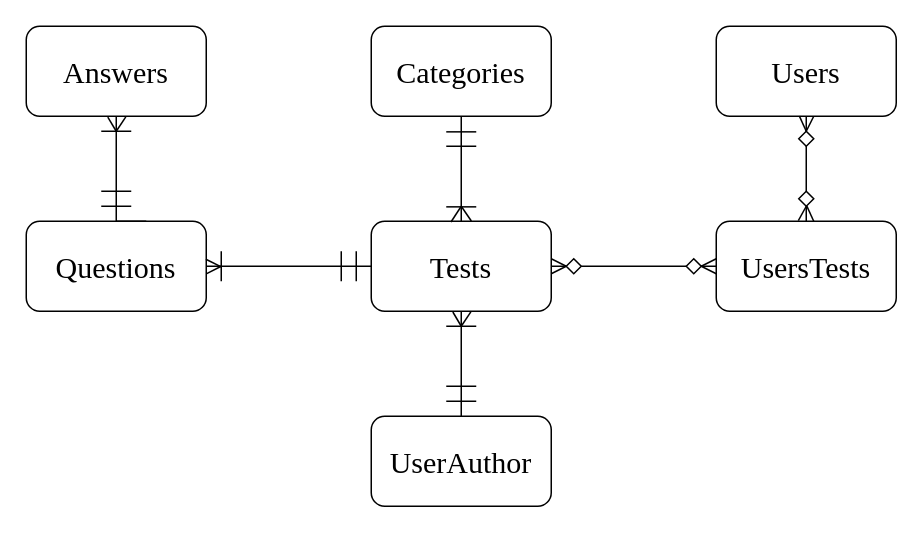
This is Untitled Diagram.drawio from Bykanir/ruby_on_rails, a draw.io file, before an edit. Source tidied: cells renumbered, new cells numbered last; positions are measured from the earlier drawing's top-left corner, leaving out a move shared by most shapes. Both pictures are drawn from the tidied source at 150%, with x=0, y=0 at pixel (26, 26).
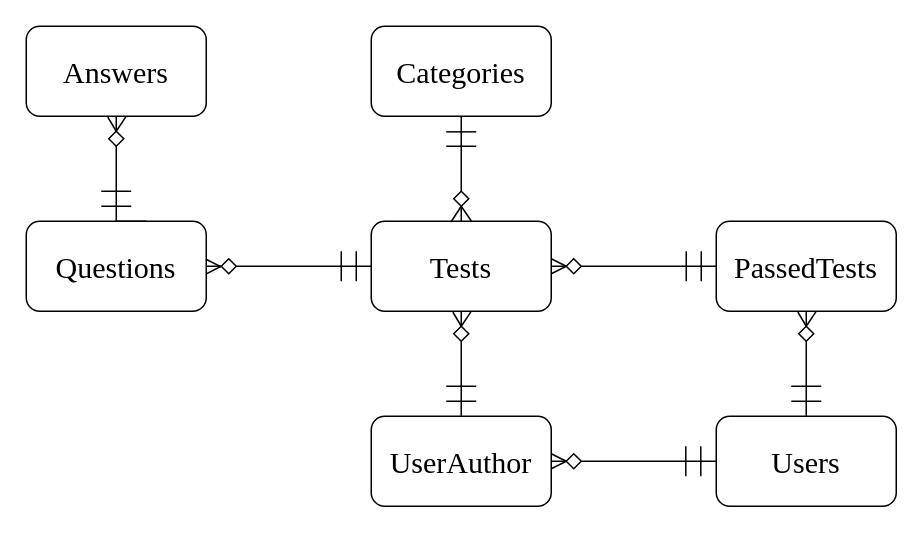
Above is the later version.

Unchanged cells that the change refers to:
```xml
<mxCell id="4" value="&lt;font style=&quot;font-size: 20px&quot; face=&quot;Times New Roman&quot;&gt;Questions&lt;/font&gt;" style="rounded=1;whiteSpace=wrap;html=1;" parent="1" vertex="1">
  <mxGeometry y="130" width="120" height="60" as="geometry" />
</mxCell>
<mxCell id="5" value="&lt;font style=&quot;font-size: 20px&quot; face=&quot;Times New Roman&quot;&gt;Tests&lt;/font&gt;" style="rounded=1;whiteSpace=wrap;html=1;" parent="1" vertex="1">
  <mxGeometry x="230" y="130" width="120" height="60" as="geometry" />
</mxCell>
<mxCell id="33" style="rhombus;whiteSpace=wrap;html=1;fontFamily=Times New Roman;fontSize=20;" parent="1" vertex="1">
  <mxGeometry x="360" y="155" width="10" height="10" as="geometry" />
</mxCell>
```

What changed in the source:
```diff
@@
     <mxCell id="6" value="Users" style="rounded=1;whiteSpace=wrap;html=1;fontFamily=Times New Roman;fontSize=20;" parent="1" vertex="1">
-      <mxGeometry x="460" width="120" height="60" as="geometry" />
+      <mxGeometry x="460" y="260" width="120" height="60" as="geometry" />
     </mxCell>
-    <mxCell id="7" value="&lt;h1 style=&quot;font-size: 20px&quot;&gt;&lt;font face=&quot;Times New Roman&quot;&gt;&lt;span style=&quot;font-weight: normal&quot;&gt;UsersTests&lt;/span&gt;&lt;/font&gt;&lt;/h1&gt;" style="rounded=1;whiteSpace=wrap;html=1;fontStyle=0;" parent="1" vertex="1">
+    <mxCell id="7" value="&lt;h1 style=&quot;font-size: 20px&quot;&gt;&lt;font face=&quot;Times New Roman&quot;&gt;&lt;span style=&quot;font-weight: normal&quot;&gt;PassedTests&lt;/span&gt;&lt;/font&gt;&lt;/h1&gt;" style="rounded=1;whiteSpace=wrap;html=1;fontStyle=0;" parent="1" vertex="1">
       <mxGeometry x="460" y="130" width="120" height="60" as="geometry" />
     </mxCell>
@@
-    <mxCell id="12" style="endArrow=none;html=1;fontFamily=Times New Roman;fontSize=20;" parent="1" edge="1">
-      <mxGeometry relative="1" as="geometry">
-        <mxPoint x="50" y="70" as="sourcePoint" />
-        <mxPoint x="70" y="70" as="targetPoint" />
-      </mxGeometry>
-    </mxCell>
@@
-    <mxCell id="17" style="endArrow=none;html=1;fontFamily=Times New Roman;fontSize=20;" parent="1" edge="1">
-      <mxGeometry relative="1" as="geometry">
-        <mxPoint x="280" y="120.4" as="sourcePoint" />
-        <mxPoint x="300" y="120.4" as="targetPoint" />
-      </mxGeometry>
-    </mxCell>
@@
-    <mxCell id="20" style="endArrow=none;html=1;fontFamily=Times New Roman;fontSize=20;exitX=0;exitY=0.5;exitDx=0;exitDy=0;entryX=1;entryY=0.5;entryDx=0;entryDy=0;" parent="1" edge="1" source="5" target="4">
+    <mxCell id="20" style="endArrow=none;html=1;fontFamily=Times New Roman;fontSize=20;exitX=0;exitY=0.5;exitDx=0;exitDy=0;entryX=1;entryY=0.5;entryDx=0;entryDy=0;" parent="1" edge="1" source="69" target="4">
       <mxGeometry relative="1" as="geometry" />
     </mxCell>
@@
-    <mxCell id="23" style="endArrow=none;html=1;fontFamily=Times New Roman;fontSize=20;" parent="1" edge="1">
-      <mxGeometry relative="1" as="geometry">
-        <mxPoint x="130" y="170" as="sourcePoint" />
-        <mxPoint x="130" y="150" as="targetPoint" />
-      </mxGeometry>
-    </mxCell>
@@
-    <mxCell id="26" style="endArrow=none;html=1;fontFamily=Times New Roman;fontSize=20;exitX=1;exitY=0.5;exitDx=0;exitDy=0;entryX=0;entryY=0.5;entryDx=0;entryDy=0;" parent="1" edge="1" source="31" target="7">
-      <mxGeometry relative="1" as="geometry" />
-    </mxCell>
-    <mxCell id="27" style="endArrow=none;html=1;fontFamily=Times New Roman;fontSize=20;entryX=0.5;entryY=1;entryDx=0;entryDy=0;exitX=0.5;exitY=0;exitDx=0;exitDy=0;" parent="1" edge="1" source="29" target="6">
-      <mxGeometry relative="1" as="geometry" />
-    </mxCell>
-    <mxCell id="28" style="rhombus;whiteSpace=wrap;html=1;fontFamily=Times New Roman;fontSize=20;" parent="1" vertex="1">
-      <mxGeometry x="515" y="70" width="10" height="10" as="geometry" />
-    </mxCell>
-    <mxCell id="29" style="rhombus;whiteSpace=wrap;html=1;fontFamily=Times New Roman;fontSize=20;" parent="1" vertex="1">
-      <mxGeometry x="515" y="110" width="10" height="10" as="geometry" />
-    </mxCell>
-    <mxCell id="30" style="endArrow=none;html=1;fontFamily=Times New Roman;fontSize=20;entryX=0.5;entryY=1;entryDx=0;entryDy=0;exitX=0.5;exitY=0;exitDx=0;exitDy=0;" parent="1" edge="1" source="7" target="29">
-      <mxGeometry relative="1" as="geometry" />
-    </mxCell>
-    <mxCell id="31" style="rhombus;whiteSpace=wrap;html=1;fontFamily=Times New Roman;fontSize=20;" parent="1" vertex="1">
-      <mxGeometry x="440" y="155" width="10" height="10" as="geometry" />
-    </mxCell>
-    <mxCell id="32" style="endArrow=none;html=1;fontFamily=Times New Roman;fontSize=20;exitX=1;exitY=0.5;exitDx=0;exitDy=0;entryX=0;entryY=0.5;entryDx=0;entryDy=0;" parent="1" edge="1" source="33" target="31">
+    <mxCell id="32" style="endArrow=none;html=1;fontFamily=Times New Roman;fontSize=20;exitX=1;exitY=0.5;exitDx=0;exitDy=0;entryX=0;entryY=0.5;entryDx=0;entryDy=0;" parent="1" edge="1" source="33" target="7">
       <mxGeometry relative="1" as="geometry" />
     </mxCell>
@@
-    <mxCell id="36" style="endArrow=none;html=1;fontFamily=Times New Roman;fontSize=20;" parent="1" edge="1">
-      <mxGeometry relative="1" as="geometry">
-        <mxPoint x="450" y="160" as="sourcePoint" />
-        <mxPoint x="460" y="155" as="targetPoint" />
-      </mxGeometry>
-    </mxCell>
@@
-    <mxCell id="38" style="endArrow=none;html=1;fontFamily=Times New Roman;fontSize=20;entryX=0;entryY=0.5;entryDx=0;entryDy=0;" parent="1" edge="1">
-      <mxGeometry relative="1" as="geometry">
-        <mxPoint x="450" y="160" as="sourcePoint" />
-        <mxPoint x="460" y="165" as="targetPoint" />
-      </mxGeometry>
-    </mxCell>
-    <mxCell id="39" style="endArrow=none;html=1;fontFamily=Times New Roman;fontSize=20;entryX=0.5;entryY=1;entryDx=0;entryDy=0;exitX=0.456;exitY=-0.008;exitDx=0;exitDy=0;exitPerimeter=0;" parent="1" edge="1" source="7" target="29">
-      <mxGeometry relative="1" as="geometry" />
-    </mxCell>
-    <mxCell id="40" style="endArrow=none;html=1;fontFamily=Times New Roman;fontSize=20;entryX=0.5;entryY=1;entryDx=0;entryDy=0;exitX=0.5;exitY=0;exitDx=0;exitDy=0;" parent="1" edge="1" source="28">
-      <mxGeometry relative="1" as="geometry">
-        <mxPoint x="525" y="60" as="targetPoint" />
-      </mxGeometry>
-    </mxCell>
-    <mxCell id="41" style="endArrow=none;html=1;fontFamily=Times New Roman;fontSize=20;entryX=0.5;entryY=0;entryDx=0;entryDy=0;exitX=0.462;exitY=0.998;exitDx=0;exitDy=0;exitPerimeter=0;" parent="1" edge="1" source="6" target="28">
-      <mxGeometry relative="1" as="geometry" />
-    </mxCell>
-    <mxCell id="42" style="endArrow=none;html=1;fontFamily=Times New Roman;fontSize=20;entryX=0.5;entryY=0;entryDx=0;entryDy=0;exitX=0.462;exitY=0.998;exitDx=0;exitDy=0;exitPerimeter=0;" parent="1" edge="1">
-      <mxGeometry relative="1" as="geometry">
-        <mxPoint x="520.4" y="119.9" as="sourcePoint" />
-        <mxPoint x="525" y="130" as="targetPoint" />
-      </mxGeometry>
-    </mxCell>
@@
-    <mxCell id="49" style="endArrow=none;html=1;fontFamily=Times New Roman;fontSize=20;" parent="1" edge="1">
-      <mxGeometry relative="1" as="geometry">
-        <mxPoint x="280" y="200" as="sourcePoint" />
-        <mxPoint x="300" y="200" as="targetPoint" />
-      </mxGeometry>
-    </mxCell>
@@
+    <mxCell id="51" style="endArrow=none;html=1;fontFamily=Times New Roman;fontSize=20;exitX=1;exitY=0.5;exitDx=0;exitDy=0;entryX=0;entryY=0.5;entryDx=0;entryDy=0;" parent="1" edge="1" source="52" target="6">
+      <mxGeometry relative="1" as="geometry" />
+    </mxCell>
+    <mxCell id="52" style="rhombus;whiteSpace=wrap;html=1;fontFamily=Times New Roman;fontSize=20;" parent="1" vertex="1">
+      <mxGeometry x="360" y="285" width="10" height="10" as="geometry" />
+    </mxCell>
+    <mxCell id="53" style="endArrow=none;html=1;fontFamily=Times New Roman;fontSize=20;exitX=1;exitY=0.5;exitDx=0;exitDy=0;entryX=0;entryY=0.5;entryDx=0;entryDy=0;" parent="1" edge="1" target="52">
+      <mxGeometry relative="1" as="geometry">
+        <mxPoint x="350" y="290" as="sourcePoint" />
+      </mxGeometry>
+    </mxCell>
+    <mxCell id="54" style="endArrow=none;html=1;fontFamily=Times New Roman;fontSize=20;" parent="1" edge="1">
+      <mxGeometry relative="1" as="geometry">
+        <mxPoint x="350" y="295" as="sourcePoint" />
+        <mxPoint x="360" y="290" as="targetPoint" />
+      </mxGeometry>
+    </mxCell>
+    <mxCell id="55" style="endArrow=none;html=1;fontFamily=Times New Roman;fontSize=20;entryX=0;entryY=0.5;entryDx=0;entryDy=0;" parent="1" edge="1" target="52">
+      <mxGeometry relative="1" as="geometry">
+        <mxPoint x="350" y="285" as="sourcePoint" />
+      </mxGeometry>
+    </mxCell>
+    <mxCell id="56" style="endArrow=none;html=1;fontFamily=Times New Roman;fontSize=20;exitX=0.5;exitY=0;exitDx=0;exitDy=0;" parent="1" edge="1" source="61">
+      <mxGeometry relative="1" as="geometry">
+        <mxPoint x="520" y="190" as="targetPoint" />
+      </mxGeometry>
+    </mxCell>
+    <mxCell id="57" style="endArrow=none;html=1;fontFamily=Times New Roman;fontSize=20;entryX=0.553;entryY=1.007;entryDx=0;entryDy=0;entryPerimeter=0;" parent="1" edge="1">
+      <mxGeometry relative="1" as="geometry">
+        <mxPoint x="520" y="200" as="sourcePoint" />
+        <mxPoint x="526.4" y="190.4" as="targetPoint" />
+      </mxGeometry>
+    </mxCell>
+    <mxCell id="58" style="endArrow=none;html=1;fontFamily=Times New Roman;fontSize=20;entryX=0.453;entryY=1.009;entryDx=0;entryDy=0;entryPerimeter=0;" parent="1" edge="1">
+      <mxGeometry relative="1" as="geometry">
+        <mxPoint x="520" y="200" as="sourcePoint" />
+        <mxPoint x="514.4" y="190.5" as="targetPoint" />
+      </mxGeometry>
+    </mxCell>
+    <mxCell id="59" style="endArrow=none;html=1;fontFamily=Times New Roman;fontSize=20;" parent="1" edge="1">
+      <mxGeometry relative="1" as="geometry">
+        <mxPoint x="510" y="250" as="sourcePoint" />
+        <mxPoint x="530" y="250" as="targetPoint" />
+      </mxGeometry>
+    </mxCell>
+    <mxCell id="60" style="endArrow=none;html=1;fontFamily=Times New Roman;fontSize=20;" parent="1" edge="1">
+      <mxGeometry relative="1" as="geometry">
+        <mxPoint x="510" y="240" as="sourcePoint" />
+        <mxPoint x="530" y="240" as="targetPoint" />
+      </mxGeometry>
+    </mxCell>
+    <mxCell id="61" style="rhombus;whiteSpace=wrap;html=1;fontFamily=Times New Roman;fontSize=20;" parent="1" vertex="1">
+      <mxGeometry x="515" y="200" width="10" height="10" as="geometry" />
+    </mxCell>
+    <mxCell id="62" style="endArrow=none;html=1;fontFamily=Times New Roman;fontSize=20;exitX=0.5;exitY=0;exitDx=0;exitDy=0;" parent="1" edge="1" target="61">
+      <mxGeometry relative="1" as="geometry">
+        <mxPoint x="520" y="260" as="sourcePoint" />
+      </mxGeometry>
+    </mxCell>
+    <mxCell id="63" style="endArrow=none;html=1;fontFamily=Times New Roman;fontSize=20;" parent="1" edge="1">
+      <mxGeometry relative="1" as="geometry">
+        <mxPoint x="449.7" y="300" as="sourcePoint" />
+        <mxPoint x="449.7" y="280" as="targetPoint" />
+      </mxGeometry>
+    </mxCell>
+    <mxCell id="64" style="endArrow=none;html=1;fontFamily=Times New Roman;fontSize=20;" parent="1" edge="1">
+      <mxGeometry relative="1" as="geometry">
+        <mxPoint x="439.7" y="300" as="sourcePoint" />
+        <mxPoint x="439.7" y="280" as="targetPoint" />
+      </mxGeometry>
+    </mxCell>
+    <mxCell id="65" style="endArrow=none;html=1;fontFamily=Times New Roman;fontSize=20;" parent="1" edge="1">
+      <mxGeometry relative="1" as="geometry">
+        <mxPoint x="450" y="170" as="sourcePoint" />
+        <mxPoint x="450" y="150" as="targetPoint" />
+      </mxGeometry>
+    </mxCell>
+    <mxCell id="66" style="endArrow=none;html=1;fontFamily=Times New Roman;fontSize=20;" parent="1" edge="1">
+      <mxGeometry relative="1" as="geometry">
+        <mxPoint x="440" y="170" as="sourcePoint" />
+        <mxPoint x="440" y="150" as="targetPoint" />
+      </mxGeometry>
+    </mxCell>
+    <mxCell id="67" style="rhombus;whiteSpace=wrap;html=1;fontFamily=Times New Roman;fontSize=20;" parent="1" vertex="1">
+      <mxGeometry x="285" y="200" width="10" height="10" as="geometry" />
+    </mxCell>
+    <mxCell id="68" style="rhombus;whiteSpace=wrap;html=1;fontFamily=Times New Roman;fontSize=20;" parent="1" vertex="1">
+      <mxGeometry x="285" y="110" width="10" height="10" as="geometry" />
+    </mxCell>
+    <mxCell id="69" style="rhombus;whiteSpace=wrap;html=1;fontFamily=Times New Roman;fontSize=20;" parent="1" vertex="1">
+      <mxGeometry x="130" y="155" width="10" height="10" as="geometry" />
+    </mxCell>
+    <mxCell id="70" style="endArrow=none;html=1;fontFamily=Times New Roman;fontSize=20;exitX=0;exitY=0.5;exitDx=0;exitDy=0;entryX=1;entryY=0.5;entryDx=0;entryDy=0;" parent="1" edge="1" source="5" target="69">
+      <mxGeometry relative="1" as="geometry" />
+    </mxCell>
+    <mxCell id="71" style="rhombus;whiteSpace=wrap;html=1;fontFamily=Times New Roman;fontSize=20;" parent="1" vertex="1">
+      <mxGeometry x="55" y="70" width="10" height="10" as="geometry" />
+    </mxCell>
```
